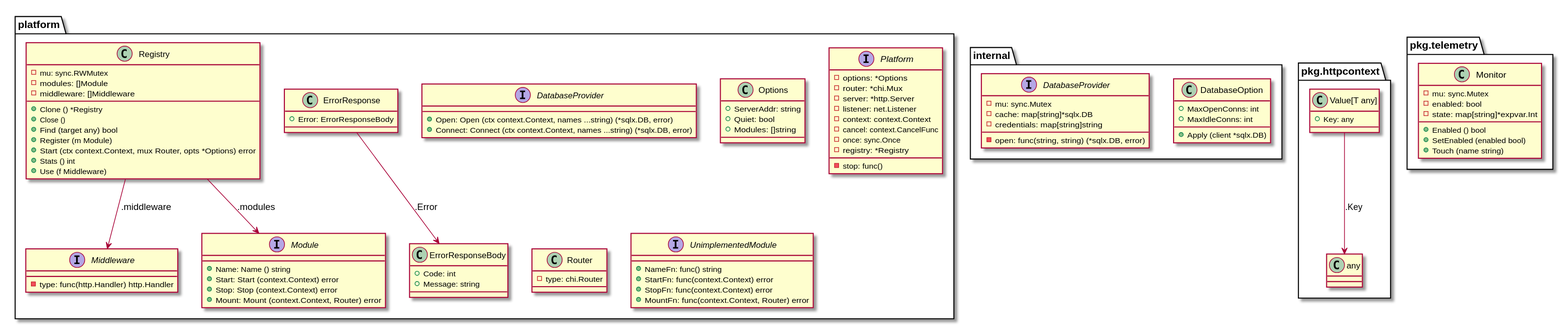
Above: docs/structure.svg in titpetric/platform (PlantUML), before the change.
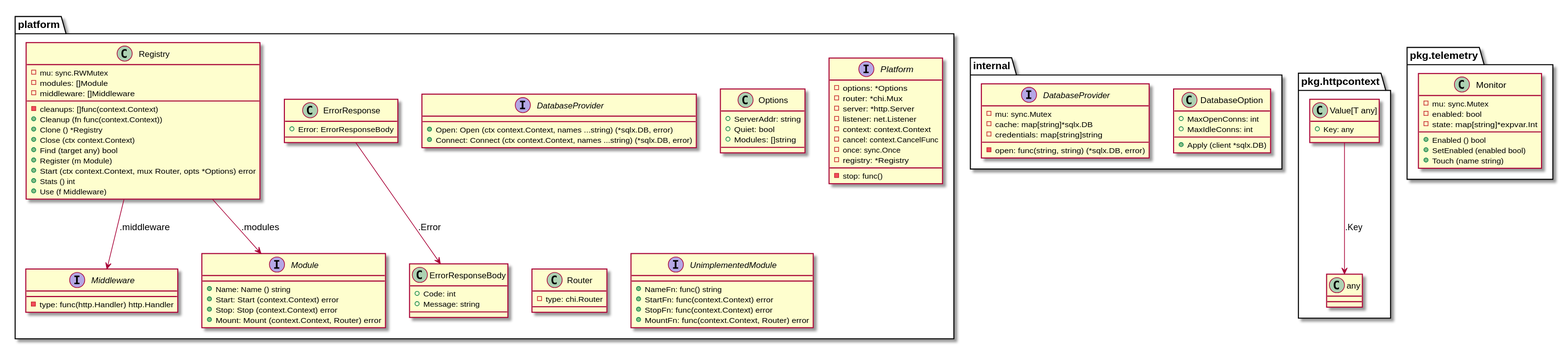
The same file after the commit.

Commit message:
Shutdown context API extension for registry, register t.Cleanup style functions but context aware

Change to the diagram source:
```diff
@@ -73,8 +73,10 @@
   - mu: sync.RWMutex
   - modules: []Module
   - middleware: []Middleware
+  - cleanups: []func(context.Context)
+  + Cleanup (fn func(context.Context))
   + Clone () *Registry
-  + Close ()
+  + Close (ctx context.Context)
   + Find (target any) bool
   + Register (m Module)
   + Start (ctx context.Context, mux Router, opts *Options) error
```
